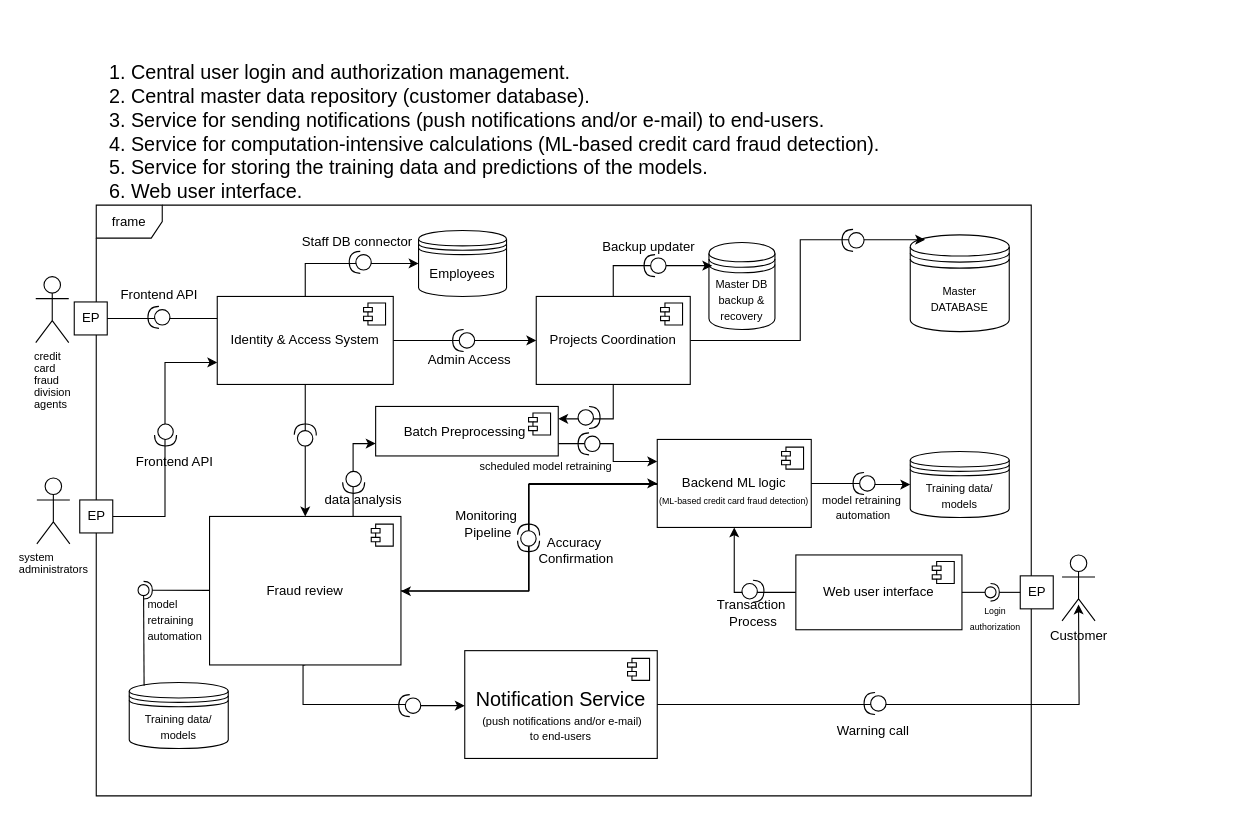
Earlier version of the draw.io diagram gifs/Untitled Diagram.drawio (midani-47/midani-47). Source tidied: cells renumbered, new cells numbered last; positions are measured from the earlier drawing's top-left corner, leaving out a move shared by most shapes. Both pictures are drawn from the tidied source at 110%, with x=0, y=0 at pixel (35, 54).
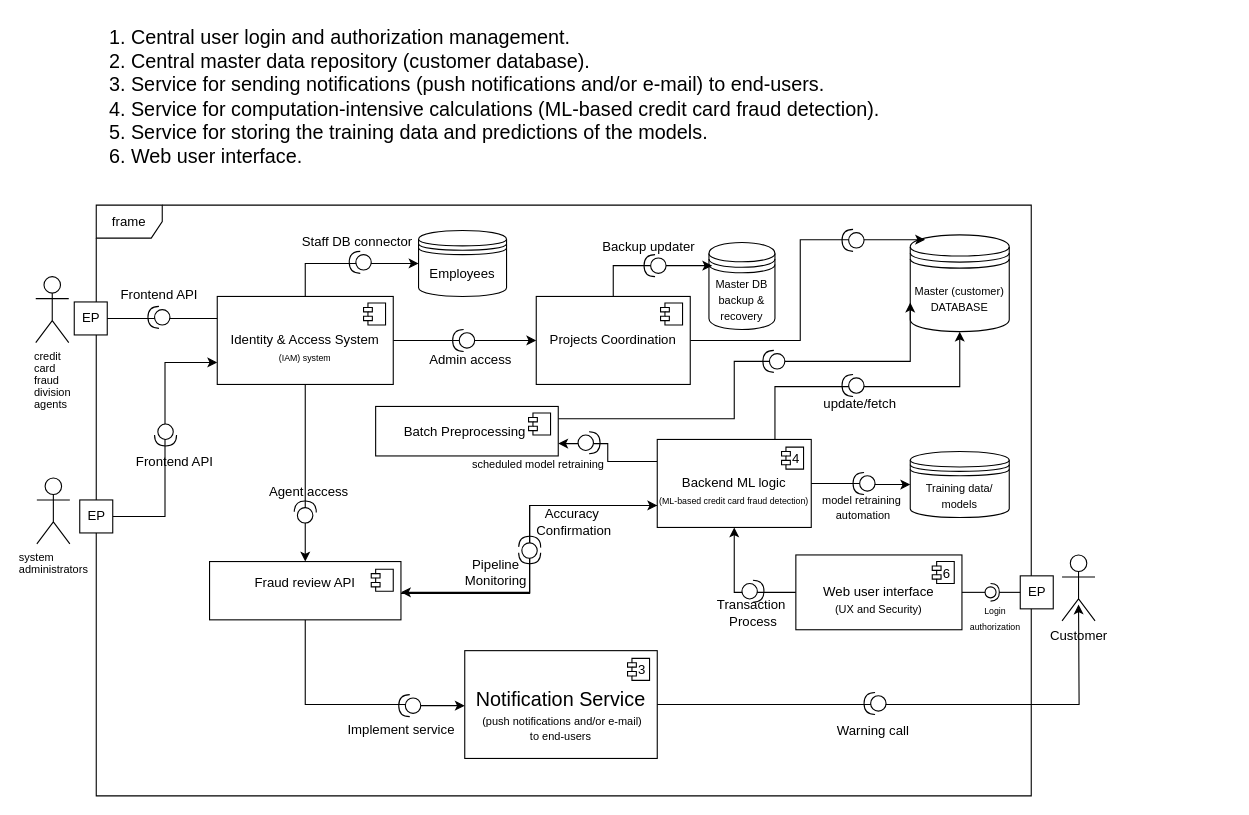
Above is the later version.

The change refers to these unchanged cells:
```xml
<mxCell id="25" value="&lt;div&gt;&lt;br&gt;&lt;/div&gt;Backend ML logic&lt;div&gt;&lt;span style=&quot;text-align: left;&quot;&gt;&lt;font style=&quot;font-size: 8px;&quot;&gt;(ML-based credit card fraud detection)&lt;/font&gt;&lt;/span&gt;&lt;/div&gt;" style="html=1;whiteSpace=wrap;" parent="1" vertex="1">
  <mxGeometry x="565" y="350" width="140" height="80" as="geometry" />
</mxCell>
<mxCell id="46" value="&lt;div&gt;&lt;font style=&quot;font-size: 12px;&quot;&gt;&lt;br&gt;&lt;/font&gt;&lt;/div&gt;&lt;div&gt;&lt;div&gt;Projects Coordination&lt;/div&gt;&lt;div&gt;&lt;br&gt;&lt;/div&gt;&lt;/div&gt;" style="html=1;whiteSpace=wrap;" parent="1" vertex="1">
  <mxGeometry x="455" y="220" width="140" height="80" as="geometry" />
</mxCell>
<mxCell id="53" value="Batch Preprocessing&amp;nbsp;" style="html=1;whiteSpace=wrap;" parent="1" vertex="1">
  <mxGeometry x="309" y="320" width="166" height="45" as="geometry" />
</mxCell>
```

Diff of the diagram source:
```diff
@@
     <mxCell id="3" value="&lt;font style=&quot;font-size: 18px;&quot;&gt;1. Central user login and authorization management.&lt;br&gt;2. Central master data repository (customer database).&lt;br&gt;3. Service for sending notifications (push notifications and/or e-mail) to end-users.&lt;br&gt;4. Service for computation-intensive calculations (ML-based credit card fraud detection).&lt;br&gt;5. Service for storing the training data and predictions of the models.&lt;br&gt;6. Web user interface.&lt;/font&gt;" style="text;whiteSpace=wrap;html=1;" parent="1" vertex="1">
-      <mxGeometry x="65" width="1020" height="110" as="geometry" />
+      <mxGeometry x="65" y="-32" width="1020" height="110" as="geometry" />
     </mxCell>
@@
-    <mxCell id="13" value="&lt;div&gt;&lt;font style=&quot;font-size: 12px;&quot;&gt;&lt;br&gt;&lt;/font&gt;&lt;/div&gt;&lt;font style=&quot;font-size: 12px;&quot;&gt;Identity &amp;amp; Access System&lt;/font&gt;&lt;div&gt;&lt;br&gt;&lt;/div&gt;" style="html=1;whiteSpace=wrap;" parent="1" vertex="1">
+    <mxCell id="13" value="&lt;div&gt;&lt;font style=&quot;font-size: 12px;&quot;&gt;&lt;br&gt;&lt;/font&gt;&lt;/div&gt;&lt;font style=&quot;font-size: 12px;&quot;&gt;Identity &amp;amp; Access System&lt;br&gt;&lt;/font&gt;&lt;span style=&quot;font-size: 8px; background-color: transparent; color: light-dark(rgb(0, 0, 0), rgb(255, 255, 255));&quot;&gt;(IAM) system&lt;/span&gt;" style="html=1;whiteSpace=wrap;" parent="1" vertex="1">
       <mxGeometry x="165" y="220" width="160" height="80" as="geometry" />
     </mxCell>
@@
-    <mxCell id="15" style="edgeStyle=orthogonalEdgeStyle;rounded=0;jettySize=auto;html=1;entryX=0;entryY=0.5;entryDx=0;entryDy=0;" parent="1" edge="1" source="18" target="25">
-      <mxGeometry relative="1" as="geometry" />
+    <mxCell id="15" style="edgeStyle=orthogonalEdgeStyle;rounded=0;jettySize=auto;html=1;entryX=0;entryY=0.75;entryDx=0;entryDy=0;" parent="1" edge="1" source="18" target="25">
+      <mxGeometry relative="1" as="geometry">
+        <Array as="points">
+          <mxPoint x="449" y="490" />
+          <mxPoint x="449" y="410" />
+        </Array>
+      </mxGeometry>
     </mxCell>
     <mxCell id="16" style="edgeStyle=orthogonalEdgeStyle;rounded=0;jettySize=auto;html=1;exitX=0.5;exitY=1;exitDx=0;exitDy=0;" parent="1" edge="1" source="18">
       <mxGeometry relative="1" as="geometry">
         <mxPoint x="390" y="592" as="targetPoint" />
         <Array as="points">
-          <mxPoint x="243" y="555" />
-          <mxPoint x="243" y="591" />
+          <mxPoint x="245" y="591" />
           <mxPoint x="347" y="591" />
           <mxPoint x="347" y="592" />
         </Array>
       </mxGeometry>
     </mxCell>
-    <mxCell id="17" style="edgeStyle=orthogonalEdgeStyle;rounded=0;jettySize=auto;html=1;entryX=0;entryY=0.75;entryDx=0;entryDy=0;exitX=0.75;exitY=0;exitDx=0;exitDy=0;" parent="1" edge="1" source="18" target="53">
-      <mxGeometry relative="1" as="geometry" />
-    </mxCell>
-    <mxCell id="18" value="Fraud review" style="html=1;whiteSpace=wrap;" parent="1" vertex="1">
-      <mxGeometry x="158" y="420" width="174" height="135" as="geometry" />
+    <mxCell id="18" value="Fraud review API&lt;div&gt;&lt;br&gt;&lt;/div&gt;" style="html=1;whiteSpace=wrap;" parent="1" vertex="1">
+      <mxGeometry x="158" y="461" width="174" height="53" as="geometry" />
     </mxCell>
@@
-    <mxCell id="24" style="edgeStyle=orthogonalEdgeStyle;rounded=0;jettySize=auto;html=1;" parent="1" edge="1" target="18">
-      <mxGeometry relative="1" as="geometry">
-        <mxPoint x="528" y="390" as="sourcePoint" />
-        <Array as="points">
-          <mxPoint x="565" y="390" />
-          <mxPoint x="565" y="391" />
-          <mxPoint x="448" y="391" />
-          <mxPoint x="448" y="488" />
-        </Array>
-      </mxGeometry>
-    </mxCell>
+    <mxCell id="82" style="edgeStyle=orthogonalEdgeStyle;rounded=0;jettySize=auto;html=1;entryX=0.5;entryY=1;entryDx=0;entryDy=0;exitX=0.75;exitY=0;exitDx=0;exitDy=0;" parent="1" edge="1" source="25" target="28">
+      <mxGeometry relative="1" as="geometry">
+        <Array as="points">
+          <mxPoint x="672" y="350" />
+          <mxPoint x="672" y="302" />
+          <mxPoint x="840" y="302" />
+        </Array>
+      </mxGeometry>
+    </mxCell>
+    <mxCell id="83" style="edgeStyle=orthogonalEdgeStyle;rounded=0;jettySize=auto;html=1;entryX=1;entryY=0.75;entryDx=0;entryDy=0;exitX=0;exitY=0.25;exitDx=0;exitDy=0;" parent="1" edge="1" source="25" target="53">
+      <mxGeometry relative="1" as="geometry" />
+    </mxCell>
+    <mxCell id="84" style="edgeStyle=orthogonalEdgeStyle;rounded=0;jettySize=auto;html=1;entryX=1;entryY=0.25;entryDx=0;entryDy=0;" parent="1" edge="1" source="25">
+      <mxGeometry relative="1" as="geometry">
+        <mxPoint x="332" y="489" as="targetPoint" />
+        <Array as="points">
+          <mxPoint x="449" y="410" />
+          <mxPoint x="449" y="489" />
+        </Array>
+      </mxGeometry>
+    </mxCell>
@@
-    <mxCell id="26" style="shape=module;jettyWidth=8;jettyHeight=4;" parent="25" vertex="1">
+    <mxCell id="26" value="  4" style="shape=module;jettyWidth=8;jettyHeight=4;" parent="25" vertex="1">
       <mxGeometry x="1" width="20" height="20" relative="1" as="geometry">
         <mxPoint x="-27" y="7" as="offset" />
       </mxGeometry>
     </mxCell>
@@
-    <mxCell id="28" value="&lt;font style=&quot;font-size: 10px;&quot;&gt;Master&lt;/font&gt;&lt;div&gt;&lt;font style=&quot;font-size: 10px;&quot;&gt;DATABASE&lt;/font&gt;&lt;/div&gt;" style="shape=datastore;whiteSpace=wrap;html=1;" parent="1" vertex="1">
+    <mxCell id="28" value="&lt;font style=&quot;font-size: 10px;&quot;&gt;Master (customer)&lt;/font&gt;&lt;div&gt;&lt;font style=&quot;font-size: 10px;&quot;&gt;DATABASE&lt;/font&gt;&lt;/div&gt;" style="shape=datastore;whiteSpace=wrap;html=1;" parent="1" vertex="1">
       <mxGeometry x="795" y="164" width="90" height="88" as="geometry" />
     </mxCell>
-    <mxCell id="29" value="&lt;span style=&quot;text-align: left;&quot;&gt;&lt;font style=&quot;&quot;&gt;&lt;font style=&quot;font-size: 18px;&quot;&gt;&lt;br&gt;&lt;/font&gt;&lt;/font&gt;&lt;/span&gt;&lt;div&gt;&lt;span style=&quot;text-align: left;&quot;&gt;&lt;font style=&quot;&quot;&gt;&lt;font style=&quot;font-size: 18px;&quot;&gt;Notification Service&lt;/font&gt;&lt;br&gt;&lt;span style=&quot;font-size: 10px;&quot;&gt;&amp;nbsp;(push notifications and/or e-mail) &lt;/span&gt;&lt;br&gt;&lt;span style=&quot;font-size: 10px;&quot;&gt;to end-users&lt;/span&gt;&lt;/font&gt;&lt;/span&gt;&lt;/div&gt;" style="html=1;whiteSpace=wrap;" parent="1" vertex="1">
+    <mxCell id="29" value="&lt;span style=&quot;text-align: left;&quot;&gt;&lt;font style=&quot;&quot;&gt;&lt;font style=&quot;font-size: 18px;&quot;&gt;&lt;br&gt;&lt;/font&gt;&lt;/font&gt;&lt;/span&gt;&lt;div&gt;&lt;span style=&quot;text-align: left;&quot;&gt;&lt;font style=&quot;&quot;&gt;&lt;font style=&quot;font-size: 18px;&quot;&gt;&lt;font style=&quot;&quot;&gt;Notification Service&lt;/font&gt;&lt;br&gt;&lt;/font&gt;&lt;span style=&quot;font-size: 10px;&quot;&gt;&amp;nbsp;(push notifications and/or e-mail) &lt;/span&gt;&lt;br&gt;&lt;span style=&quot;font-size: 10px;&quot;&gt;to end-users&lt;/span&gt;&lt;/font&gt;&lt;/span&gt;&lt;/div&gt;" style="html=1;whiteSpace=wrap;" parent="1" vertex="1">
       <mxGeometry x="390" y="542" width="175" height="98" as="geometry" />
     </mxCell>
-    <mxCell id="30" style="shape=module;jettyWidth=8;jettyHeight=4;" parent="29" vertex="1">
+    <mxCell id="30" value="  3" style="shape=module;jettyWidth=8;jettyHeight=4;" parent="29" vertex="1">
       <mxGeometry x="1" width="20" height="20" relative="1" as="geometry">
         <mxPoint x="-27" y="7" as="offset" />
       </mxGeometry>
     </mxCell>
@@
     <mxCell id="36" style="shape=providedRequiredInterface;html=1;verticalLabelPosition=bottom;rotation=-88;" parent="1" vertex="1">
-      <mxGeometry x="235" y="336" width="20" height="20" as="geometry" />
+      <mxGeometry x="235" y="406" width="20" height="20" as="geometry" />
     </mxCell>
     <mxCell id="37" style="group;" parent="1" vertex="1">
-      <mxGeometry x="437.7" y="426.7" width="20.7" height="25.3" as="geometry" />
+      <mxGeometry x="438.7" y="437.7" width="20.7" height="25.3" as="geometry" />
     </mxCell>
@@
-    <mxCell id="45" style="edgeStyle=orthogonalEdgeStyle;rounded=0;jettySize=auto;html=1;entryX=1;entryY=0.25;entryDx=0;entryDy=0;" parent="1" edge="1" source="46" target="53">
-      <mxGeometry relative="1" as="geometry" />
-    </mxCell>
@@
-    <mxCell id="49" value="Admin Access" style="text;html=1;align=center;verticalAlign=middle;strokeColor=none;fillColor=none;" parent="1" vertex="1">
-      <mxGeometry x="344" y="262.5" width="100" height="30" as="geometry" />
+    <mxCell id="49" value="Admin access" style="text;html=1;align=center;verticalAlign=middle;strokeColor=none;fillColor=none;" parent="1" vertex="1">
+      <mxGeometry x="348" y="264.5" width="93" height="26" as="geometry" />
     </mxCell>
@@
-    <mxCell id="52" style="edgeStyle=orthogonalEdgeStyle;rounded=0;jettySize=auto;html=1;entryX=0;entryY=0.25;entryDx=0;entryDy=0;exitX=1;exitY=0.75;exitDx=0;exitDy=0;" parent="1" edge="1" source="53" target="25">
-      <mxGeometry relative="1" as="geometry">
-        <Array as="points">
-          <mxPoint x="525" y="354" />
-          <mxPoint x="525" y="370" />
-        </Array>
-      </mxGeometry>
-    </mxCell>
+    <mxCell id="85" style="edgeStyle=orthogonalEdgeStyle;rounded=0;orthogonalLoop=1;jettySize=auto;html=1;entryX=0;entryY=0.7;entryDx=0;entryDy=0;exitX=1;exitY=0.25;exitDx=0;exitDy=0;" parent="1" edge="1">
+      <mxGeometry relative="1" as="geometry">
+        <mxPoint x="475" y="331.2" as="sourcePoint" />
+        <mxPoint x="795" y="225.6" as="targetPoint" />
+        <Array as="points">
+          <mxPoint x="635" y="331" />
+          <mxPoint x="635" y="279" />
+          <mxPoint x="795" y="279" />
+        </Array>
+      </mxGeometry>
+    </mxCell>
@@
-    <mxCell id="57" style="shape=providedRequiredInterface;html=1;verticalLabelPosition=bottom;rotation=-180;" parent="1" vertex="1">
-      <mxGeometry x="493" y="344" width="20" height="20" as="geometry" />
-    </mxCell>
     <mxCell id="58" style="shape=providedRequiredInterface;html=1;verticalLabelPosition=bottom;rotation=0;" parent="1" vertex="1">
-      <mxGeometry x="493" y="320" width="20" height="20" as="geometry" />
+      <mxGeometry x="493" y="343" width="20" height="20" as="geometry" />
     </mxCell>
     <mxCell id="59" value="Accuracy&amp;nbsp;&lt;div&gt;Confirmation&lt;/div&gt;" style="text;html=1;align=center;verticalAlign=middle;strokeColor=none;fillColor=none;" parent="1" vertex="1">
-      <mxGeometry x="446" y="430.5" width="90" height="40" as="geometry" />
+      <mxGeometry x="444" y="404.5" width="90" height="40" as="geometry" />
     </mxCell>
     <mxCell id="60" value="&lt;font style=&quot;font-size: 10px;&quot;&gt;scheduled model retraining&lt;/font&gt;" style="text;whiteSpace=wrap;html=1;" parent="1" vertex="1">
-      <mxGeometry x="402" y="360" width="125" height="36" as="geometry" />
+      <mxGeometry x="395" y="358" width="125" height="36" as="geometry" />
     </mxCell>
-    <mxCell id="61" value="data analysis" style="text;whiteSpace=wrap;html=1;" parent="1" vertex="1">
-      <mxGeometry x="261" y="390.6" width="80" height="36" as="geometry" />
-    </mxCell>
-    <mxCell id="62" style="shape=providedRequiredInterface;html=1;verticalLabelPosition=bottom;rotation=90;" parent="1" vertex="1">
-      <mxGeometry x="279" y="379" width="20" height="20" as="geometry" />
-    </mxCell>
-    <mxCell id="63" value="Monitoring&amp;nbsp;&lt;br&gt;Pipeline" style="text;html=1;align=center;verticalAlign=middle;strokeColor=none;fillColor=none;" parent="1" vertex="1">
-      <mxGeometry x="372" y="406.5" width="77" height="41" as="geometry" />
+    <mxCell id="63" value="Pipeline&lt;div&gt;Monitoring&lt;/div&gt;" style="text;html=1;align=center;verticalAlign=middle;strokeColor=none;fillColor=none;" parent="1" vertex="1">
+      <mxGeometry x="381" y="450.5" width="74" height="41" as="geometry" />
     </mxCell>
@@
-    <mxCell id="69" value="Web user interface" style="html=1;whiteSpace=wrap;" parent="1" vertex="1">
+    <mxCell id="69" value="&lt;div&gt;&lt;br&gt;&lt;/div&gt;Web user interface&lt;div&gt;&lt;font style=&quot;font-size: 10px;&quot;&gt;(UX and Security)&lt;/font&gt;&lt;/div&gt;" style="html=1;whiteSpace=wrap;" parent="1" vertex="1">
       <mxGeometry x="691" y="455" width="151" height="68" as="geometry" />
     </mxCell>
-    <mxCell id="70" style="shape=module;jettyWidth=8;jettyHeight=4;" parent="69" vertex="1">
+    <mxCell id="70" value="  6" style="shape=module;jettyWidth=8;jettyHeight=4;" parent="69" vertex="1">
       <mxGeometry x="1" width="20" height="20" relative="1" as="geometry">
         <mxPoint x="-27" y="6" as="offset" />
       </mxGeometry>
     </mxCell>
@@
-    <mxCell id="75" value="&lt;span style=&quot;font-size: 10px;&quot;&gt;Training data/ models&lt;/span&gt;" style="shape=datastore;whiteSpace=wrap;html=1;" parent="1" vertex="1">
-      <mxGeometry x="85" y="571" width="90" height="60" as="geometry" />
-    </mxCell>
@@
-    <mxCell id="77" style="rounded=0;jettySize=auto;html=1;endArrow=halfCircle;endFill=0;endSize=6;strokeWidth=1;sketch=0;exitX=0;exitY=0.75;exitDx=0;exitDy=0;" parent="1" edge="1" target="79">
-      <mxGeometry relative="1" as="geometry">
-        <mxPoint x="158" y="487.2" as="sourcePoint" />
-      </mxGeometry>
-    </mxCell>
-    <mxCell id="78" style="rounded=0;jettySize=auto;html=1;endArrow=oval;endFill=0;sketch=0;sourcePerimeterSpacing=0;targetPerimeterSpacing=0;endSize=10;exitX=0.15;exitY=0.05;exitDx=0;exitDy=0;exitPerimeter=0;" parent="1" edge="1" source="75" target="79">
-      <mxGeometry relative="1" as="geometry" />
-    </mxCell>
-    <mxCell id="79" style="ellipse;whiteSpace=wrap;html=1;align=center;fillColor=none;strokeColor=none;perimeter=centerPerimeter;points=[];outlineConnect=1;" parent="1" vertex="1">
-      <mxGeometry x="93" y="482" width="10" height="10" as="geometry" />
-    </mxCell>
-    <mxCell id="80" value="&lt;font style=&quot;font-size: 10px;&quot;&gt;model &lt;br&gt;retraining&amp;nbsp;&lt;/font&gt;&lt;div&gt;&lt;font style=&quot;font-size: 10px;&quot;&gt;automation&lt;/font&gt;&lt;/div&gt;" style="text;whiteSpace=wrap;html=1;align=left;" parent="1" vertex="1">
-      <mxGeometry x="100" y="486.3" width="105.2" height="21.4" as="geometry" />
-    </mxCell>
@@
+    <mxCell id="86" style="shape=providedRequiredInterface;html=1;verticalLabelPosition=bottom;rotation=-180;" parent="1" vertex="1">
+      <mxGeometry x="733" y="291" width="20" height="20" as="geometry" />
+    </mxCell>
+    <mxCell id="87" value="update/fetch" style="text;html=1;align=center;verticalAlign=middle;strokeColor=none;fillColor=none;" parent="1" vertex="1">
+      <mxGeometry x="707" y="304.5" width="84" height="26" as="geometry" />
+    </mxCell>
+    <mxCell id="88" value="Agent access" style="text;html=1;align=center;verticalAlign=middle;strokeColor=none;fillColor=none;" parent="1" vertex="1">
+      <mxGeometry x="203" y="384.5" width="90" height="26" as="geometry" />
+    </mxCell>
+    <mxCell id="89" value="Implement service" style="text;html=1;align=center;verticalAlign=middle;strokeColor=none;fillColor=none;" parent="1" vertex="1">
+      <mxGeometry x="274" y="600.5" width="115" height="26" as="geometry" />
+    </mxCell>
+    <mxCell id="90" style="shape=providedRequiredInterface;html=1;verticalLabelPosition=bottom;rotation=-180;" parent="1" vertex="1">
+      <mxGeometry x="661" y="269" width="20" height="20" as="geometry" />
+    </mxCell>
```
